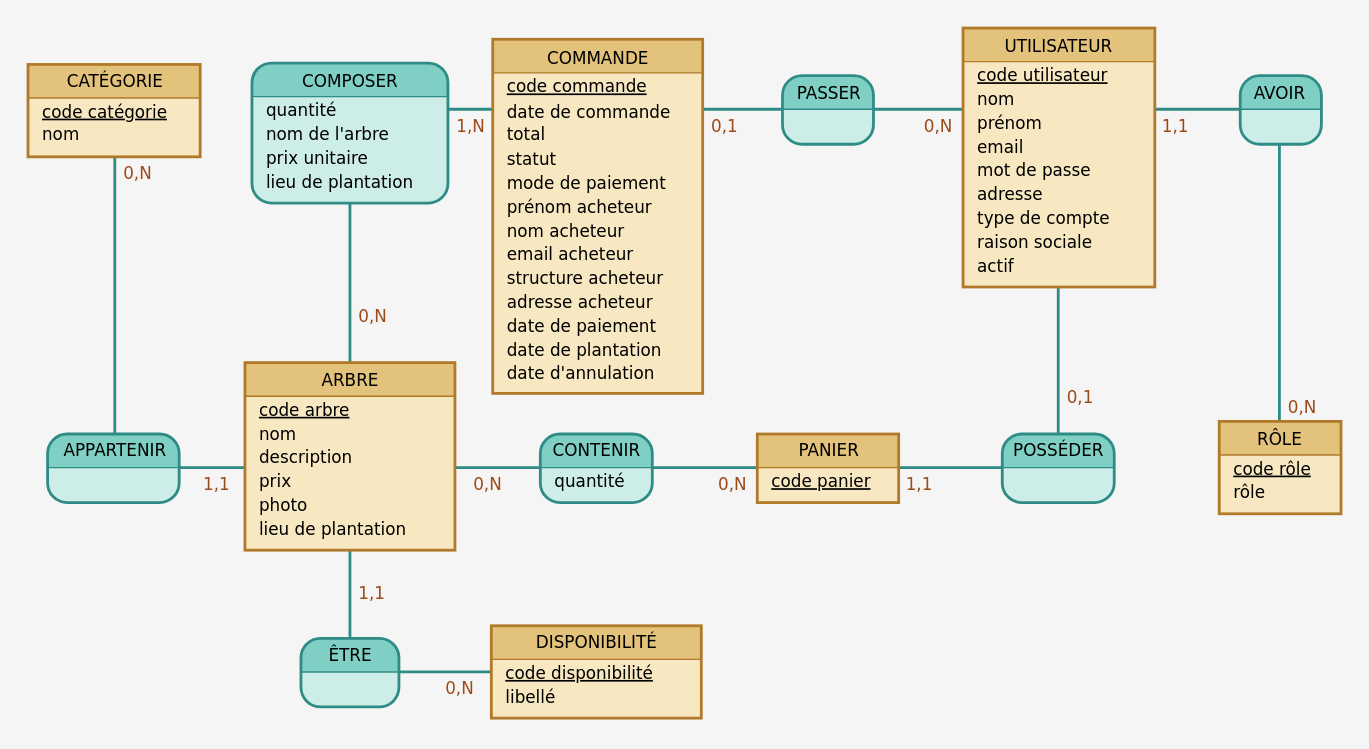
Before: docs/conception/modele-de-donnees/05b-mcd.drawio.svg, a diagram exported from draw.io (DimitryDereppe/je-s-appelle-graine). Source tidied: cells renumbered, new cells last; positions are measured from the earlier drawing's top-left corner, leaving out a move shared by most shapes.
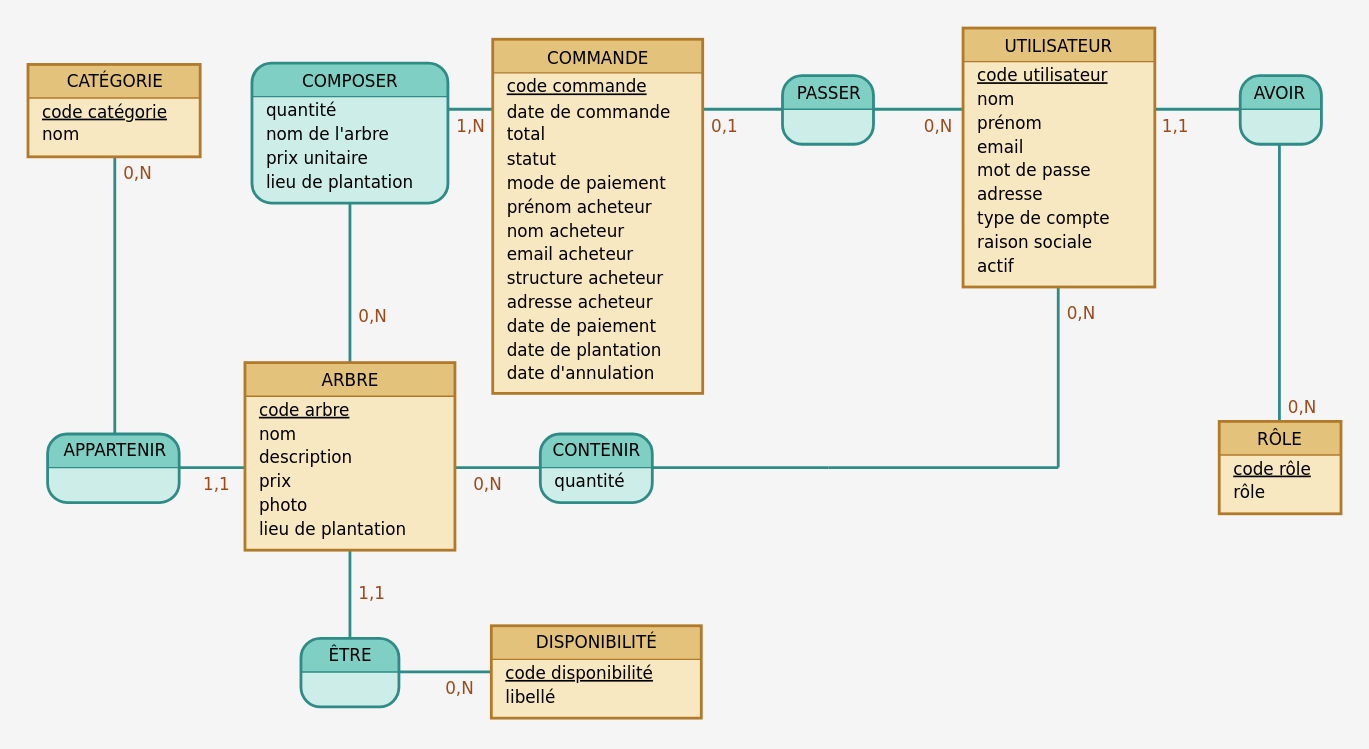
Later version of the same file.

Change to the diagram source:
```diff
@@ -56,18 +56,6 @@
     <mxCell id="19" value="quantité" style="text;html=1;align=left;verticalAlign=top;spacingLeft=6;fontFamily=Verdana;fontSize=12;" parent="18" vertex="1">
       <mxGeometry y="24" width="80" height="25" as="geometry" />
     </mxCell>
-    <mxCell id="20" value="PANIER" style="swimlane;fontStyle=0;horizontal=1;startSize=24;fillColor=#E3C27B;swimlaneFillColor=#F8E8C2;strokeColor=#B07A2A;strokeWidth=2;rounded=0;arcSize=30;fontFamily=Verdana;fontSize=12;html=1;" parent="1" vertex="1">
-      <mxGeometry x="521" y="290" width="101" height="49" as="geometry" />
-    </mxCell>
-    <mxCell id="21" value="&lt;u&gt;code panier&lt;/u&gt;" style="text;html=1;align=left;verticalAlign=top;spacingLeft=6;fontFamily=Verdana;fontSize=12;" parent="20" vertex="1">
-      <mxGeometry y="24" width="101" height="25" as="geometry" />
-    </mxCell>
-    <mxCell id="22" value="POSSÉDER" style="swimlane;fontStyle=0;horizontal=1;startSize=24;fillColor=#7FCFC4;swimlaneFillColor=#CDEDE8;strokeColor=#2E8B85;strokeWidth=2;rounded=1;arcSize=30;fontFamily=Verdana;fontSize=12;html=1;" parent="1" vertex="1">
-      <mxGeometry x="696" y="290" width="80" height="49" as="geometry" />
-    </mxCell>
-    <mxCell id="23" style="text;html=1;align=left;verticalAlign=top;spacingLeft=6;fontFamily=Verdana;fontSize=12;" parent="22" vertex="1">
-      <mxGeometry y="24" width="80" height="25" as="geometry" />
-    </mxCell>
     <mxCell id="24" value="RÔLE" style="swimlane;fontStyle=0;horizontal=1;startSize=24;fillColor=#E3C27B;swimlaneFillColor=#F8E8C2;strokeColor=#B07A2A;strokeWidth=2;rounded=0;arcSize=30;fontFamily=Verdana;fontSize=12;html=1;" parent="1" vertex="1">
       <mxGeometry x="851" y="281" width="87" height="66" as="geometry" />
     </mxCell>
@@ -98,24 +86,22 @@
     <mxCell id="33" value="0,N" style="endArrow=none;html=1;strokeColor=#2E8B85;strokeWidth=2;fontColor=#9C4A1A;fontFamily=Verdana;fontSize=12;labelBackgroundColor=none;" parent="1" edge="1" source="4" target="16">
       <mxGeometry x="0.75" y="10" relative="1" as="geometry" />
     </mxCell>
+    <mxCell id="35" value="0,N" style="endArrow=none;html=1;strokeColor=#2E8B85;strokeWidth=2;fontColor=#9C4A1A;fontFamily=Verdana;fontSize=12;labelBackgroundColor=none;" parent="1" edge="1" source="18" target="16">
+      <mxGeometry x="0.75" y="10" relative="1" as="geometry" />
+    </mxCell>
-    <mxCell id="34" value="0,N" style="endArrow=none;html=1;strokeColor=#2E8B85;strokeWidth=2;fontColor=#9C4A1A;fontFamily=Verdana;fontSize=12;labelBackgroundColor=none;" parent="1" edge="1" source="18" target="20">
-      <mxGeometry x="0.75" y="10" relative="1" as="geometry" />
+    <mxCell id="34" value="0,N" style="endArrow=none;html=1;strokeColor=#2E8B85;strokeWidth=2;fontColor=#9C4A1A;fontFamily=Verdana;fontSize=12;labelBackgroundColor=none;" parent="1" edge="1" source="18" target="10">
+      <mxGeometry x="0.75" y="10" relative="1" as="geometry">
+        <Array as="points">
+          <mxPoint x="736" y="314" />
+        </Array>
+      </mxGeometry>
     </mxCell>
-    <mxCell id="35" value="0,N" style="endArrow=none;html=1;strokeColor=#2E8B85;strokeWidth=2;fontColor=#9C4A1A;fontFamily=Verdana;fontSize=12;labelBackgroundColor=none;" parent="1" edge="1" source="18" target="16">
-      <mxGeometry x="0.75" y="10" relative="1" as="geometry" />
-    </mxCell>
     <mxCell id="36" value="0,N" style="endArrow=none;html=1;strokeColor=#2E8B85;strokeWidth=2;fontColor=#9C4A1A;fontFamily=Verdana;fontSize=12;labelBackgroundColor=none;" parent="1" edge="1" source="8" target="10">
       <mxGeometry x="0.75" y="10" relative="1" as="geometry" />
     </mxCell>
     <mxCell id="37" value="0,1" style="endArrow=none;html=1;strokeColor=#2E8B85;strokeWidth=2;fontColor=#9C4A1A;fontFamily=Verdana;fontSize=12;labelBackgroundColor=none;" parent="1" edge="1" source="8" target="6">
       <mxGeometry x="0.75" y="10" relative="1" as="geometry" />
     </mxCell>
-    <mxCell id="38" value="0,1" style="endArrow=none;html=1;strokeColor=#2E8B85;strokeWidth=2;fontColor=#9C4A1A;fontFamily=Verdana;fontSize=12;labelBackgroundColor=none;" parent="1" edge="1" source="22" target="10">
-      <mxGeometry x="0.75" y="10" relative="1" as="geometry" />
-    </mxCell>
-    <mxCell id="39" value="1,1" style="endArrow=none;html=1;strokeColor=#2E8B85;strokeWidth=2;fontColor=#9C4A1A;fontFamily=Verdana;fontSize=12;labelBackgroundColor=none;" parent="1" edge="1" source="22" target="20">
-      <mxGeometry x="0.75" y="10" relative="1" as="geometry" />
-    </mxCell>
     <mxCell id="40" value="1,1" style="endArrow=none;html=1;strokeColor=#2E8B85;strokeWidth=2;fontColor=#9C4A1A;fontFamily=Verdana;fontSize=12;labelBackgroundColor=none;" parent="1" edge="1" source="12" target="10">
       <mxGeometry x="0.75" y="10" relative="1" as="geometry" />
     </mxCell>
```
